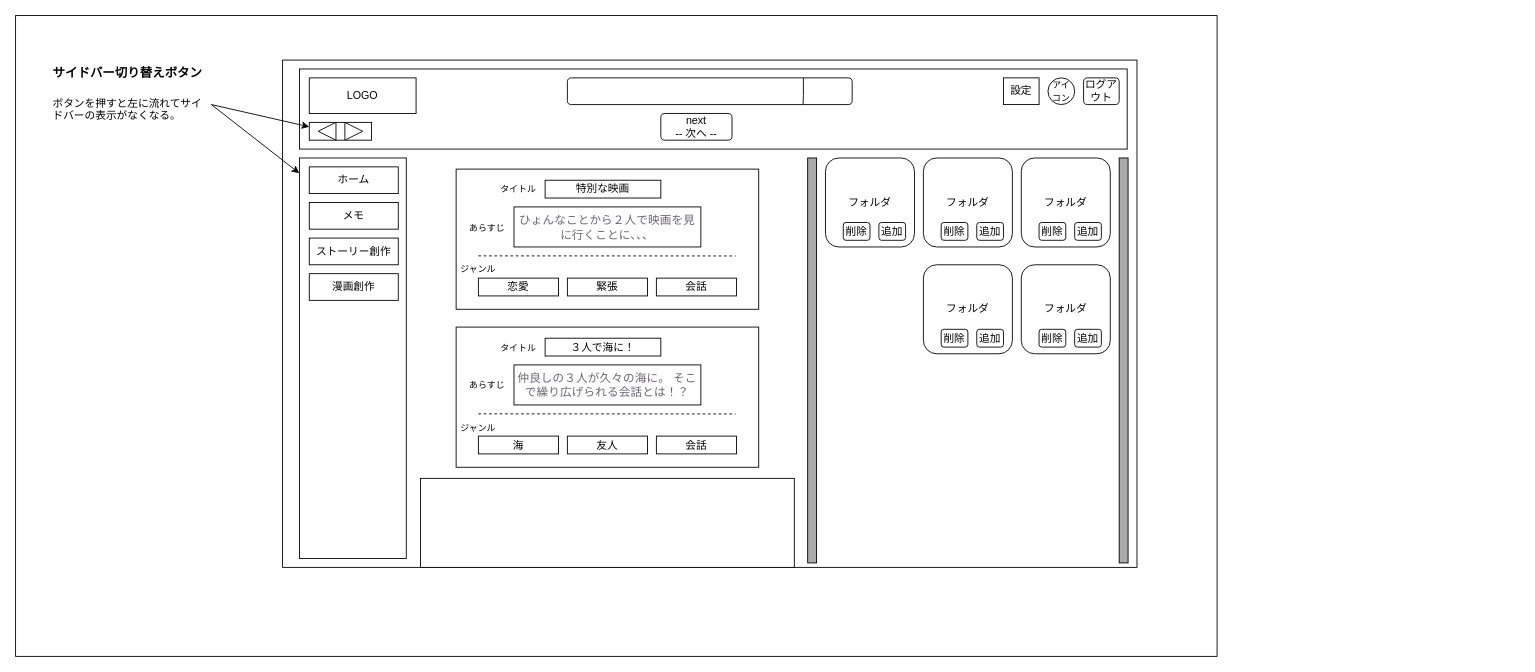
tottemoren/Rebuild-with-ClaudeCode keeps this draw.io diagram as docs/02-screen-design/wireframes/TopicChoice.drawio. Above is the earlier version. Source tidied: cells renumbered, new cells numbered last; positions are measured from the earlier drawing's top-left corner, leaving out a move shared by most shapes. Both pictures are drawn from the tidied source at 89%, with x=0, y=0 at pixel (15, 15).
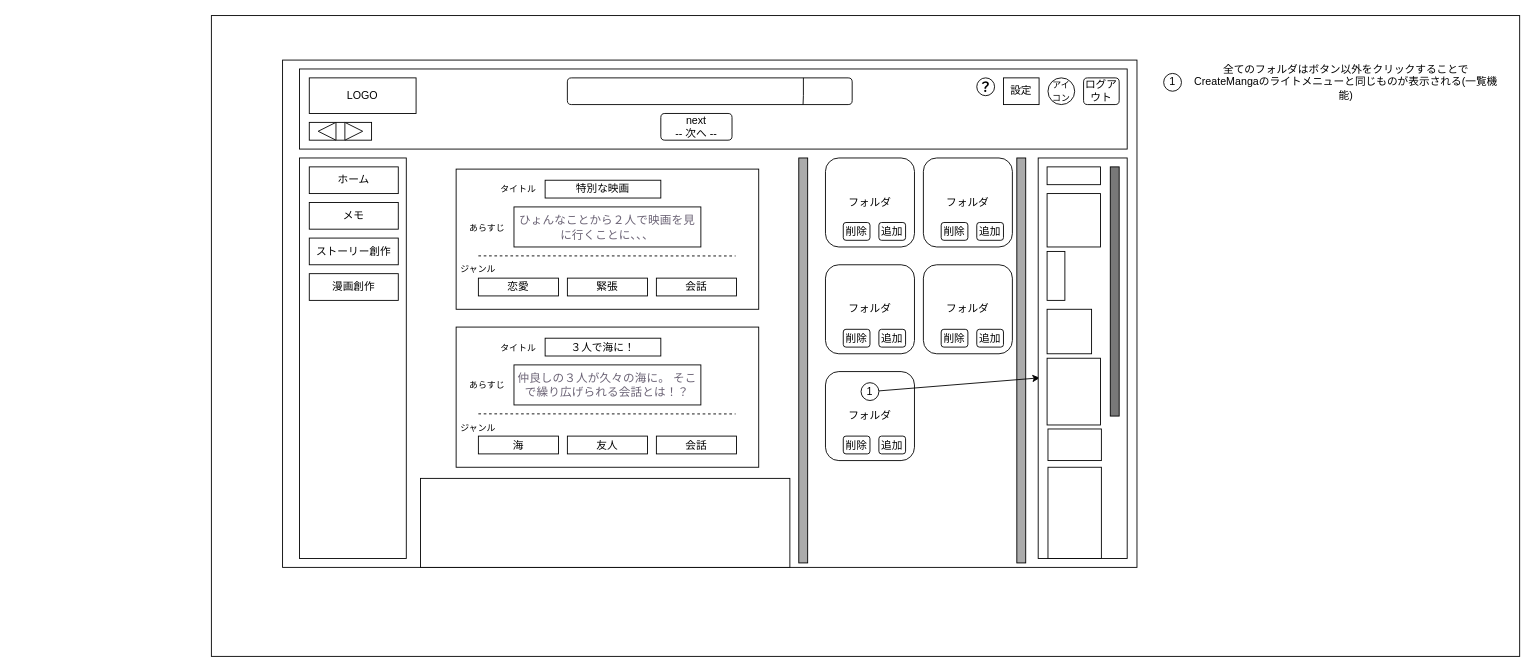
The same page after the edit.

Unchanged cells that the change refers to:
```xml
<mxCell id="6" style="rounded=0;whiteSpace=wrap;html=1;" parent="1" vertex="1">
  <mxGeometry x="319" y="160" width="120" height="450" as="geometry" />
</mxCell>
<mxCell id="11" style="rounded=0;whiteSpace=wrap;html=1;" parent="1" vertex="1">
  <mxGeometry x="330" y="120" width="70" height="20" as="geometry" />
</mxCell>
```

Change to the diagram source:
```diff
@@
     <mxCell id="2" style="rounded=0;whiteSpace=wrap;html=1;" parent="1" vertex="1">
-      <mxGeometry width="1350" height="720" as="geometry" />
+      <mxGeometry x="220" width="1470" height="720" as="geometry" />
     </mxCell>
@@
     <mxCell id="17" style="rounded=0;whiteSpace=wrap;html=1;" parent="1" vertex="1">
-      <mxGeometry x="455" y="520" width="420" height="100" as="geometry" />
+      <mxGeometry x="455" y="520" width="415" height="100" as="geometry" />
     </mxCell>
@@
-    <mxCell id="19" style="endArrow=classic;html=1;rounded=0;entryX=0;entryY=0.25;entryDx=0;entryDy=0;" parent="1" edge="1" target="11">
-      <mxGeometry relative="1" as="geometry">
-        <mxPoint x="220" y="100" as="sourcePoint" />
-      </mxGeometry>
-    </mxCell>
-    <mxCell id="20" style="endArrow=classic;html=1;rounded=0;entryX=-0.002;entryY=0.038;entryDx=0;entryDy=0;entryPerimeter=0;" parent="1" edge="1" target="6">
-      <mxGeometry relative="1" as="geometry">
-        <mxPoint x="220" y="100" as="sourcePoint" />
-      </mxGeometry>
-    </mxCell>
-    <mxCell id="21" value="&lt;h1 style=&quot;margin-top: 0px;&quot;&gt;&lt;font style=&quot;font-size: 14px;&quot;&gt;サイドバー切り替えボタン&lt;/font&gt;&lt;/h1&gt;&lt;p&gt;ボタンを押すと左に流れてサイドバーの表示がなくなる。&lt;/p&gt;" style="text;html=1;whiteSpace=wrap;overflow=hidden;rounded=0;" parent="1" vertex="1">
-      <mxGeometry x="40" y="40" width="180" height="120" as="geometry" />
-    </mxCell>
     <mxCell id="22" value="フォルダ" style="rounded=1;whiteSpace=wrap;html=1;" parent="1" vertex="1">
-      <mxGeometry x="1130" y="160" width="100" height="100" as="geometry" />
+      <mxGeometry x="910" y="280" width="100" height="100" as="geometry" />
     </mxCell>
     <mxCell id="23" value="追加" style="rounded=1;whiteSpace=wrap;html=1;" parent="1" vertex="1">
-      <mxGeometry x="1190" y="232.5" width="30" height="20" as="geometry" />
+      <mxGeometry x="970" y="352.5" width="30" height="20" as="geometry" />
     </mxCell>
     <mxCell id="24" value="削除" style="rounded=1;whiteSpace=wrap;html=1;" parent="1" vertex="1">
-      <mxGeometry x="1150" y="232.5" width="30" height="20" as="geometry" />
+      <mxGeometry x="930" y="352.5" width="30" height="20" as="geometry" />
     </mxCell>
@@
     <mxCell id="36" style="rounded=0;whiteSpace=wrap;html=1;fillColor=#ABABAB;" parent="1" vertex="1">
-      <mxGeometry x="890" y="160" width="10" height="455" as="geometry" />
+      <mxGeometry x="880" y="160" width="10" height="455" as="geometry" />
     </mxCell>
@@
     <mxCell id="43" value="フォルダ" style="rounded=1;whiteSpace=wrap;html=1;" parent="1" vertex="1">
-      <mxGeometry x="1130" y="280" width="100" height="100" as="geometry" />
+      <mxGeometry x="910" y="400" width="100" height="100" as="geometry" />
     </mxCell>
     <mxCell id="44" value="追加" style="rounded=1;whiteSpace=wrap;html=1;" parent="1" vertex="1">
-      <mxGeometry x="1190" y="352.5" width="30" height="20" as="geometry" />
+      <mxGeometry x="970" y="472.5" width="30" height="20" as="geometry" />
     </mxCell>
     <mxCell id="45" value="削除" style="rounded=1;whiteSpace=wrap;html=1;" parent="1" vertex="1">
-      <mxGeometry x="1150" y="352.5" width="30" height="20" as="geometry" />
+      <mxGeometry x="930" y="472.5" width="30" height="20" as="geometry" />
     </mxCell>
@@
     <mxCell id="59" style="rounded=0;whiteSpace=wrap;html=1;fillColor=#ABABAB;" parent="1" vertex="1">
-      <mxGeometry x="1240" y="160" width="10" height="455" as="geometry" />
+      <mxGeometry x="1125" y="160" width="10" height="455" as="geometry" />
     </mxCell>
@@
+    <mxCell id="19" style="endArrow=classic;html=1;rounded=0;entryX=0.02;entryY=0.549;entryDx=0;entryDy=0;entryPerimeter=0;" parent="1" edge="1" source="70" target="62">
+      <mxGeometry relative="1" as="geometry" />
+    </mxCell>
+    <mxCell id="61" value="全てのフォルダはボタン以外をクリックすることでCreateMangaの&lt;span style=&quot;background-color: transparent; color: light-dark(rgb(0, 0, 0), rgb(255, 255, 255));&quot;&gt;ライト&lt;/span&gt;&lt;span style=&quot;background-color: transparent; color: light-dark(rgb(0, 0, 0), rgb(255, 255, 255));&quot;&gt;メニューと同じものが表示される(一覧機能)&lt;/span&gt;" style="text;html=1;whiteSpace=wrap;strokeColor=none;fillColor=none;align=center;verticalAlign=middle;rounded=0;" parent="1" vertex="1">
+      <mxGeometry x="1320" y="60" width="350" height="30" as="geometry" />
+    </mxCell>
+    <mxCell id="62" style="rounded=0;whiteSpace=wrap;html=1;" parent="1" vertex="1">
+      <mxGeometry x="1149" y="160" width="100" height="450" as="geometry" />
+    </mxCell>
+    <mxCell id="63" style="rounded=0;whiteSpace=wrap;html=1;" parent="1" vertex="1">
+      <mxGeometry x="1159" y="170" width="60" height="20" as="geometry" />
+    </mxCell>
+    <mxCell id="64" style="rounded=0;whiteSpace=wrap;html=1;fillColor=#787878;" parent="1" vertex="1">
+      <mxGeometry x="1230" y="170" width="10" height="280" as="geometry" />
+    </mxCell>
+    <mxCell id="65" style="rounded=0;whiteSpace=wrap;html=1;" parent="1" vertex="1">
+      <mxGeometry x="1159" y="200" width="60" height="60" as="geometry" />
+    </mxCell>
+    <mxCell id="66" style="rounded=0;whiteSpace=wrap;html=1;" parent="1" vertex="1">
+      <mxGeometry x="1159" y="265" width="20" height="55" as="geometry" />
+    </mxCell>
+    <mxCell id="67" style="rounded=0;whiteSpace=wrap;html=1;" parent="1" vertex="1">
+      <mxGeometry x="1159" y="330" width="50" height="50" as="geometry" />
+    </mxCell>
+    <mxCell id="68" style="rounded=0;whiteSpace=wrap;html=1;" parent="1" vertex="1">
+      <mxGeometry x="1159" y="385" width="60" height="75" as="geometry" />
+    </mxCell>
+    <mxCell id="69" style="endArrow=classic;html=1;rounded=0;entryX=0.01;entryY=0.777;entryDx=0;entryDy=0;entryPerimeter=0;" parent="1" edge="1" target="70">
+      <mxGeometry relative="1" as="geometry">
+        <mxPoint x="960" y="425.3" as="sourcePoint" />
+      </mxGeometry>
+    </mxCell>
+    <mxCell id="70" value="1" style="ellipse;whiteSpace=wrap;html=1;" parent="1" vertex="1">
+      <mxGeometry x="950" y="412.5" width="20" height="20" as="geometry" />
+    </mxCell>
+    <mxCell id="71" value="1" style="ellipse;whiteSpace=wrap;html=1;" parent="1" vertex="1">
+      <mxGeometry x="1290" y="65" width="20" height="20" as="geometry" />
+    </mxCell>
+    <mxCell id="72" style="rounded=0;whiteSpace=wrap;html=1;" parent="1" vertex="1">
+      <mxGeometry x="1160" y="464.5" width="60" height="35.5" as="geometry" />
+    </mxCell>
+    <mxCell id="73" style="rounded=0;whiteSpace=wrap;html=1;" parent="1" vertex="1">
+      <mxGeometry x="1160" y="507.5" width="60" height="102.5" as="geometry" />
+    </mxCell>
+    <mxCell id="74" value="&lt;b style=&quot;&quot;&gt;&lt;font style=&quot;font-size: 15px;&quot;&gt;？&lt;/font&gt;&lt;/b&gt;" style="ellipse;whiteSpace=wrap;html=1;" parent="1" vertex="1">
+      <mxGeometry x="1080" y="70" width="20" height="20" as="geometry" />
+    </mxCell>
```
